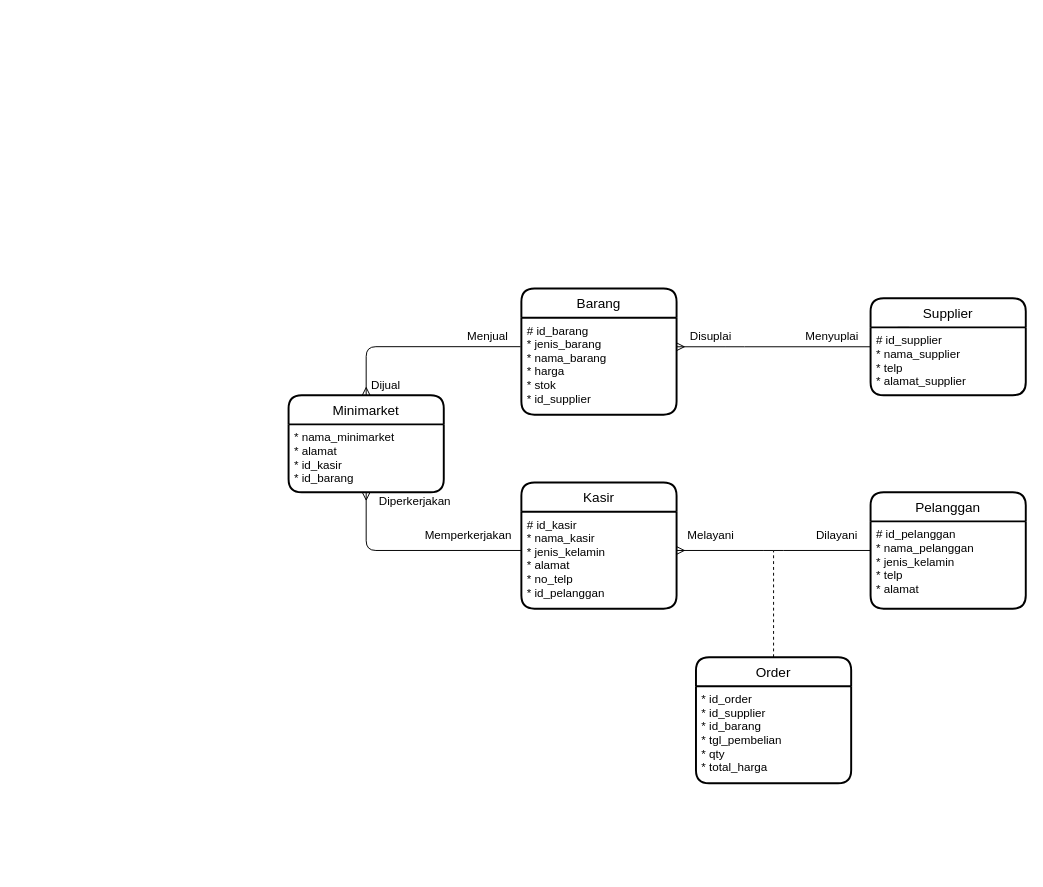
Above: erd1.drawio in akbarzaqi/tp-basdat (draw.io), before the change. Source tidied: cells renumbered, new cells numbered last; positions are measured from the earlier drawing's top-left corner, leaving out a move shared by most shapes. Both pictures are drawn from the tidied source at 97%, with x=0, y=0 at pixel (288, 288).
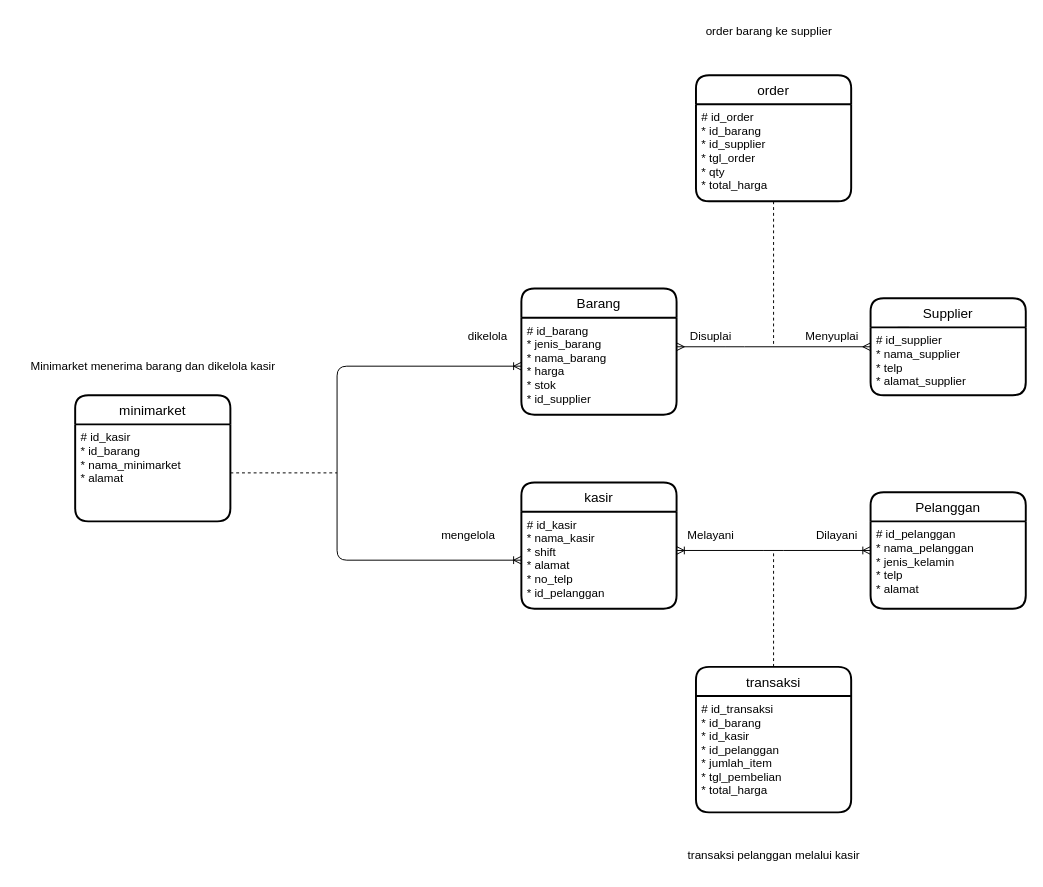
The same page after the edit.

Commit message (it also covers changes not shown here):
change erd flow

The change refers to these unchanged cells:
```xml
<mxCell id="5" value="# id_pelanggan&#10;* nama_pelanggan&#10;* jenis_kelamin&#10;* telp&#10;* alamat" style="align=left;strokeColor=none;fillColor=none;spacingLeft=4;fontSize=12;verticalAlign=top;fontFamily=Helvetica;fontColor=default;rounded=1;" parent="4" vertex="1">
  <mxGeometry y="30" width="160" height="90" as="geometry" />
</mxCell>
<mxCell id="12" value="# id_supplier&#10;* nama_supplier&#10;* telp&#10;* alamat_supplier" style="align=left;strokeColor=none;fillColor=none;spacingLeft=4;fontSize=12;verticalAlign=top;fontFamily=Helvetica;fontColor=default;rounded=1;" parent="11" vertex="1">
  <mxGeometry y="30" width="160" height="70" as="geometry" />
</mxCell>
<mxCell id="15" value="# id_barang&#10;* jenis_barang&#10;* nama_barang&#10;* harga&#10;* stok&#10;* id_supplier" style="align=left;strokeColor=none;fillColor=none;spacingLeft=4;fontSize=12;verticalAlign=top;fontFamily=Helvetica;fontColor=default;rounded=1;" parent="14" vertex="1">
  <mxGeometry y="30" width="160" height="100" as="geometry" />
</mxCell>
```

Change to the diagram source:
```diff
@@
-    <mxCell id="2" value="Kasir" style="swimlane;horizontal=1;startSize=30;rounded=1;fontSize=14;fontStyle=0;strokeWidth=2;shadow=0;dashed=0;align=center;fontFamily=Helvetica;fontColor=default;" parent="1" vertex="1">
+    <mxCell id="2" value="kasir" style="swimlane;horizontal=1;startSize=30;rounded=1;fontSize=14;fontStyle=0;strokeWidth=2;shadow=0;dashed=0;align=center;fontFamily=Helvetica;fontColor=default;" parent="1" vertex="1">
       <mxGeometry x="240" y="200" width="160" height="130" as="geometry" />
     </mxCell>
-    <mxCell id="3" value="# id_kasir&#10;* nama_kasir&#10;* jenis_kelamin&#10;* alamat&#10;* no_telp&#10;* id_pelanggan" style="align=left;strokeColor=none;fillColor=none;spacingLeft=4;fontSize=12;verticalAlign=top;fontFamily=Helvetica;fontColor=default;rounded=1;" parent="2" vertex="1">
+    <mxCell id="3" value="# id_kasir&#10;* nama_kasir&#10;* shift&#10;* alamat&#10;* no_telp&#10;* id_pelanggan" style="align=left;strokeColor=none;fillColor=none;spacingLeft=4;fontSize=12;verticalAlign=top;fontFamily=Helvetica;fontColor=default;rounded=1;" parent="2" vertex="1">
       <mxGeometry y="30" width="160" height="100" as="geometry" />
     </mxCell>
@@
-    <mxCell id="6" style="edgeStyle=orthogonalEdgeStyle;shape=connector;rounded=1;html=1;labelBackgroundColor=default;strokeColor=default;fontFamily=Helvetica;fontSize=11;fontColor=default;endArrow=none;endFill=0;startArrow=ERmany;startFill=0;" parent="1" edge="1" source="8">
-      <mxGeometry relative="1" as="geometry">
-        <mxPoint x="240" y="270" as="targetPoint" />
-        <Array as="points">
-          <mxPoint x="80" y="270" />
-          <mxPoint x="240" y="270" />
-        </Array>
-      </mxGeometry>
-    </mxCell>
-    <mxCell id="7" style="edgeStyle=orthogonalEdgeStyle;shape=connector;rounded=1;html=1;labelBackgroundColor=default;strokeColor=default;fontFamily=Helvetica;fontSize=11;fontColor=default;endArrow=none;endFill=0;startArrow=ERmany;startFill=0;entryX=-0.006;entryY=0.299;entryDx=0;entryDy=0;entryPerimeter=0;" parent="1" edge="1" source="8" target="15">
-      <mxGeometry relative="1" as="geometry">
-        <Array as="points">
-          <mxPoint x="80" y="60" />
-        </Array>
-      </mxGeometry>
-    </mxCell>
-    <mxCell id="8" value="Minimarket" style="swimlane;horizontal=1;startSize=30;rounded=1;fontSize=14;fontStyle=0;strokeWidth=2;shadow=0;dashed=0;align=center;fontFamily=Helvetica;fontColor=default;" parent="1" vertex="1">
-      <mxGeometry y="110" width="160" height="100" as="geometry" />
-    </mxCell>
-    <mxCell id="9" value="* nama_minimarket&#10;* alamat&#10;* id_kasir&#10;* id_barang" style="align=left;strokeColor=none;fillColor=none;spacingLeft=4;fontSize=12;verticalAlign=top;fontFamily=Helvetica;fontColor=default;rounded=1;" parent="8" vertex="1">
-      <mxGeometry y="30" width="160" height="70" as="geometry" />
-    </mxCell>
-    <mxCell id="10" style="edgeStyle=orthogonalEdgeStyle;shape=connector;rounded=1;html=1;labelBackgroundColor=default;strokeColor=default;fontFamily=Helvetica;fontSize=11;fontColor=default;endArrow=ERmany;endFill=0;startArrow=none;startFill=0;" parent="1" edge="1" source="5" target="3">
+    <mxCell id="10" style="edgeStyle=orthogonalEdgeStyle;shape=connector;rounded=1;html=1;labelBackgroundColor=default;strokeColor=default;fontFamily=Helvetica;fontSize=11;fontColor=default;endArrow=ERoneToMany;endFill=0;startArrow=ERoneToMany;startFill=0;" parent="1" edge="1" source="5" target="3">
       <mxGeometry relative="1" as="geometry">
         <Array as="points">
           <mxPoint x="500" y="270" />
           <mxPoint x="500" y="270" />
         </Array>
       </mxGeometry>
     </mxCell>
@@
-    <mxCell id="16" style="edgeStyle=orthogonalEdgeStyle;shape=connector;rounded=1;html=1;labelBackgroundColor=default;strokeColor=default;fontFamily=Helvetica;fontSize=11;fontColor=default;endArrow=none;endFill=0;startArrow=ERmany;startFill=0;" parent="1" edge="1" source="15" target="12">
+    <mxCell id="16" style="edgeStyle=orthogonalEdgeStyle;shape=connector;rounded=1;html=1;labelBackgroundColor=default;strokeColor=default;fontFamily=Helvetica;fontSize=11;fontColor=default;endArrow=ERmany;endFill=0;startArrow=ERmany;startFill=0;" parent="1" edge="1" source="15" target="12">
       <mxGeometry relative="1" as="geometry">
         <Array as="points">
           <mxPoint x="460" y="60" />
           <mxPoint x="460" y="60" />
         </Array>
       </mxGeometry>
     </mxCell>
@@
-    <mxCell id="21" value="Memperkerjakan" style="text;html=1;align=center;verticalAlign=middle;strokeColor=none;fillColor=none;" parent="1" vertex="1">
-      <mxGeometry x="130" y="240" width="110" height="30" as="geometry" />
+    <mxCell id="21" value="mengelola" style="text;html=1;align=center;verticalAlign=middle;strokeColor=none;fillColor=none;" parent="1" vertex="1">
+      <mxGeometry x="145" y="240" width="80" height="30" as="geometry" />
     </mxCell>
-    <mxCell id="22" value="Menjual" style="text;html=1;align=center;verticalAlign=middle;strokeColor=none;fillColor=none;" parent="1" vertex="1">
-      <mxGeometry x="170" y="35" width="70" height="30" as="geometry" />
+    <mxCell id="22" value="dikelola" style="text;html=1;align=center;verticalAlign=middle;strokeColor=none;fillColor=none;" parent="1" vertex="1">
+      <mxGeometry x="175" y="35" width="60" height="30" as="geometry" />
     </mxCell>
-    <mxCell id="23" value="Dijual" style="text;html=1;align=center;verticalAlign=middle;strokeColor=none;fillColor=none;" parent="1" vertex="1">
-      <mxGeometry x="75" y="85" width="50" height="30" as="geometry" />
-    </mxCell>
-    <mxCell id="24" value="Diperkerjakan" style="text;html=1;align=center;verticalAlign=middle;strokeColor=none;fillColor=none;" parent="1" vertex="1">
-      <mxGeometry x="80" y="205" width="100" height="30" as="geometry" />
-    </mxCell>
@@
-    <mxCell id="26" value="Order" style="swimlane;horizontal=1;startSize=30;rounded=1;fontSize=14;fontStyle=0;strokeWidth=2;shadow=0;dashed=0;align=center;fontFamily=Helvetica;fontColor=default;" parent="1" vertex="1">
-      <mxGeometry x="420" y="380" width="160" height="130" as="geometry" />
+    <mxCell id="26" value="transaksi" style="swimlane;horizontal=1;startSize=30;rounded=1;fontSize=14;fontStyle=0;strokeWidth=2;shadow=0;dashed=0;align=center;fontFamily=Helvetica;fontColor=default;" parent="1" vertex="1">
+      <mxGeometry x="420" y="390" width="160" height="150" as="geometry" />
     </mxCell>
-    <mxCell id="27" value="* id_order&#10;* id_supplier&#10;* id_barang&#10;* tgl_pembelian&#10;* qty&#10;* total_harga" style="align=left;strokeColor=none;fillColor=none;spacingLeft=4;fontSize=12;verticalAlign=top;fontFamily=Helvetica;fontColor=default;rounded=1;" parent="26" vertex="1">
-      <mxGeometry y="30" width="160" height="100" as="geometry" />
+    <mxCell id="27" value="# id_transaksi&#10;* id_barang&#10;* id_kasir&#10;* id_pelanggan&#10;* jumlah_item&#10;* tgl_pembelian&#10;* total_harga" style="align=left;strokeColor=none;fillColor=none;spacingLeft=4;fontSize=12;verticalAlign=top;fontFamily=Helvetica;fontColor=default;rounded=1;" parent="26" vertex="1">
+      <mxGeometry y="30" width="160" height="120" as="geometry" />
     </mxCell>
+    <mxCell id="28" value="order" style="swimlane;horizontal=1;startSize=30;rounded=1;fontSize=14;fontStyle=0;strokeWidth=2;shadow=0;dashed=0;align=center;fontFamily=Helvetica;fontColor=default;" parent="1" vertex="1">
+      <mxGeometry x="420" y="-220" width="160" height="130" as="geometry" />
+    </mxCell>
+    <mxCell id="29" value="# id_order&#10;* id_barang&#10;* id_supplier&#10;* tgl_order&#10;* qty&#10;* total_harga" style="align=left;strokeColor=none;fillColor=none;spacingLeft=4;fontSize=12;verticalAlign=top;fontFamily=Helvetica;fontColor=default;rounded=1;" parent="28" vertex="1">
+      <mxGeometry y="30" width="160" height="100" as="geometry" />
+    </mxCell>
+    <mxCell id="30" style="edgeStyle=none;html=1;endArrow=none;endFill=0;dashed=1;" parent="1" edge="1" source="29">
+      <mxGeometry relative="1" as="geometry">
+        <mxPoint x="500" y="60" as="targetPoint" />
+      </mxGeometry>
+    </mxCell>
+    <mxCell id="31" style="edgeStyle=none;html=1;entryX=0;entryY=0.5;entryDx=0;entryDy=0;endArrow=ERoneToMany;endFill=0;startArrow=ERoneToMany;startFill=0;" parent="1" edge="1" source="15" target="3">
+      <mxGeometry relative="1" as="geometry">
+        <Array as="points">
+          <mxPoint x="50" y="80" />
+          <mxPoint x="50" y="280" />
+        </Array>
+      </mxGeometry>
+    </mxCell>
+    <mxCell id="32" value="minimarket" style="swimlane;horizontal=1;startSize=30;rounded=1;fontSize=14;fontStyle=0;strokeWidth=2;shadow=0;dashed=0;align=center;fontFamily=Helvetica;fontColor=default;" parent="1" vertex="1">
+      <mxGeometry x="-220" y="110" width="160" height="130" as="geometry" />
+    </mxCell>
+    <mxCell id="33" value="# id_kasir&#10;* id_barang&#10;* nama_minimarket&#10;* alamat" style="align=left;strokeColor=none;fillColor=none;spacingLeft=4;fontSize=12;verticalAlign=top;fontFamily=Helvetica;fontColor=default;rounded=1;" parent="32" vertex="1">
+      <mxGeometry y="30" width="160" height="100" as="geometry" />
+    </mxCell>
+    <mxCell id="34" style="edgeStyle=none;html=1;endArrow=none;endFill=0;dashed=1;" parent="1" edge="1" source="33">
+      <mxGeometry relative="1" as="geometry">
+        <mxPoint x="50" y="190" as="targetPoint" />
+      </mxGeometry>
+    </mxCell>
+    <mxCell id="35" value="order barang ke supplier" style="text;html=1;align=center;verticalAlign=middle;strokeColor=none;fillColor=none;" parent="1" vertex="1">
+      <mxGeometry x="420" y="-280" width="150" height="30" as="geometry" />
+    </mxCell>
+    <mxCell id="36" value="transaksi pelanggan melalui kasir" style="text;html=1;align=center;verticalAlign=middle;strokeColor=none;fillColor=none;" parent="1" vertex="1">
+      <mxGeometry x="400" y="570" width="200" height="30" as="geometry" />
+    </mxCell>
+    <mxCell id="37" value="Minimarket menerima barang dan dikelola kasir" style="text;html=1;align=center;verticalAlign=middle;strokeColor=none;fillColor=none;" parent="1" vertex="1">
+      <mxGeometry x="-280" y="65" width="280" height="30" as="geometry" />
+    </mxCell>
```
